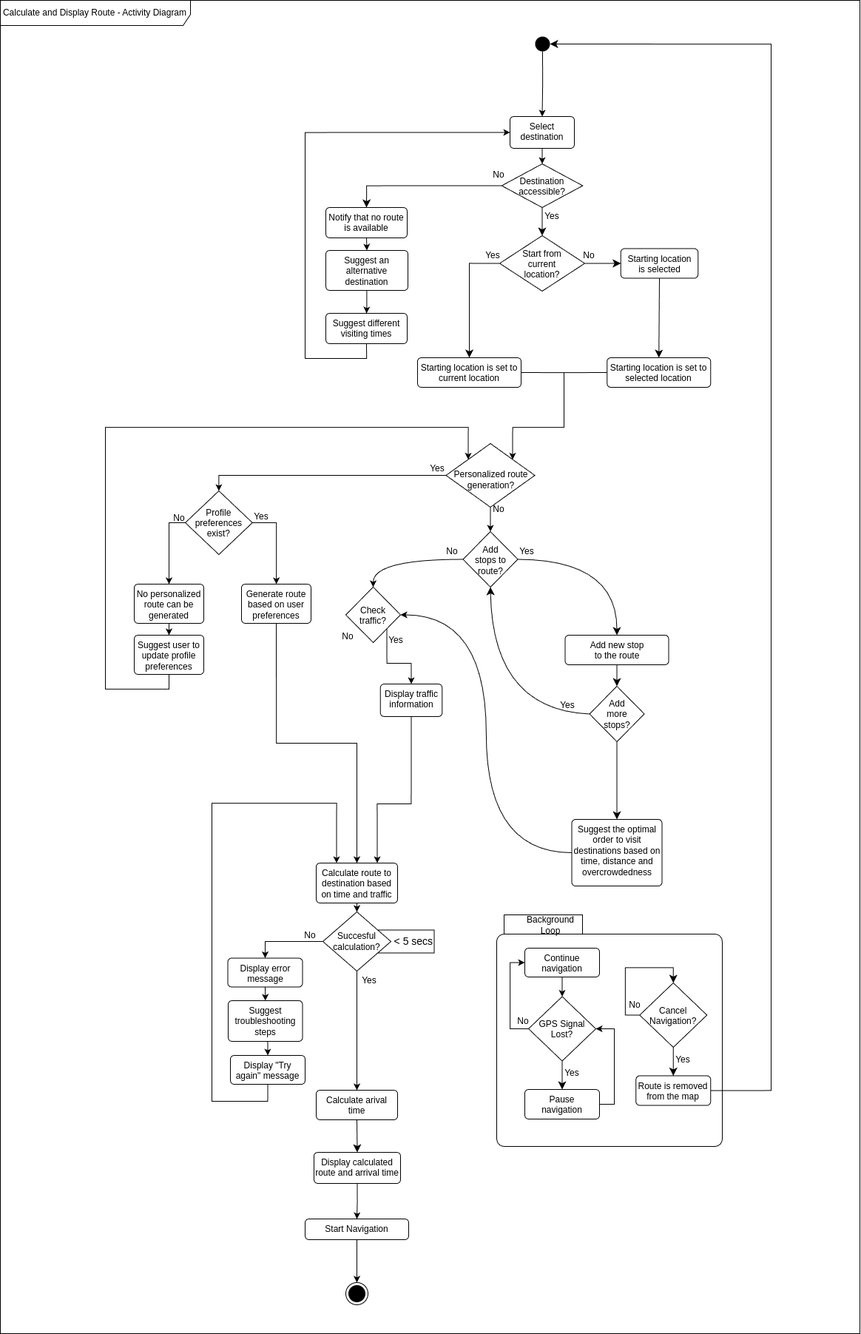
gsklaven/MusePath keeps this draw.io diagram as images/Activity Diagrams/Calculate-and-Display-Route.drawio.png. Above is the earlier version. Source tidied: cells renumbered, new cells last; positions are measured from the earlier drawing's top-left corner, leaving out a move shared by most shapes.
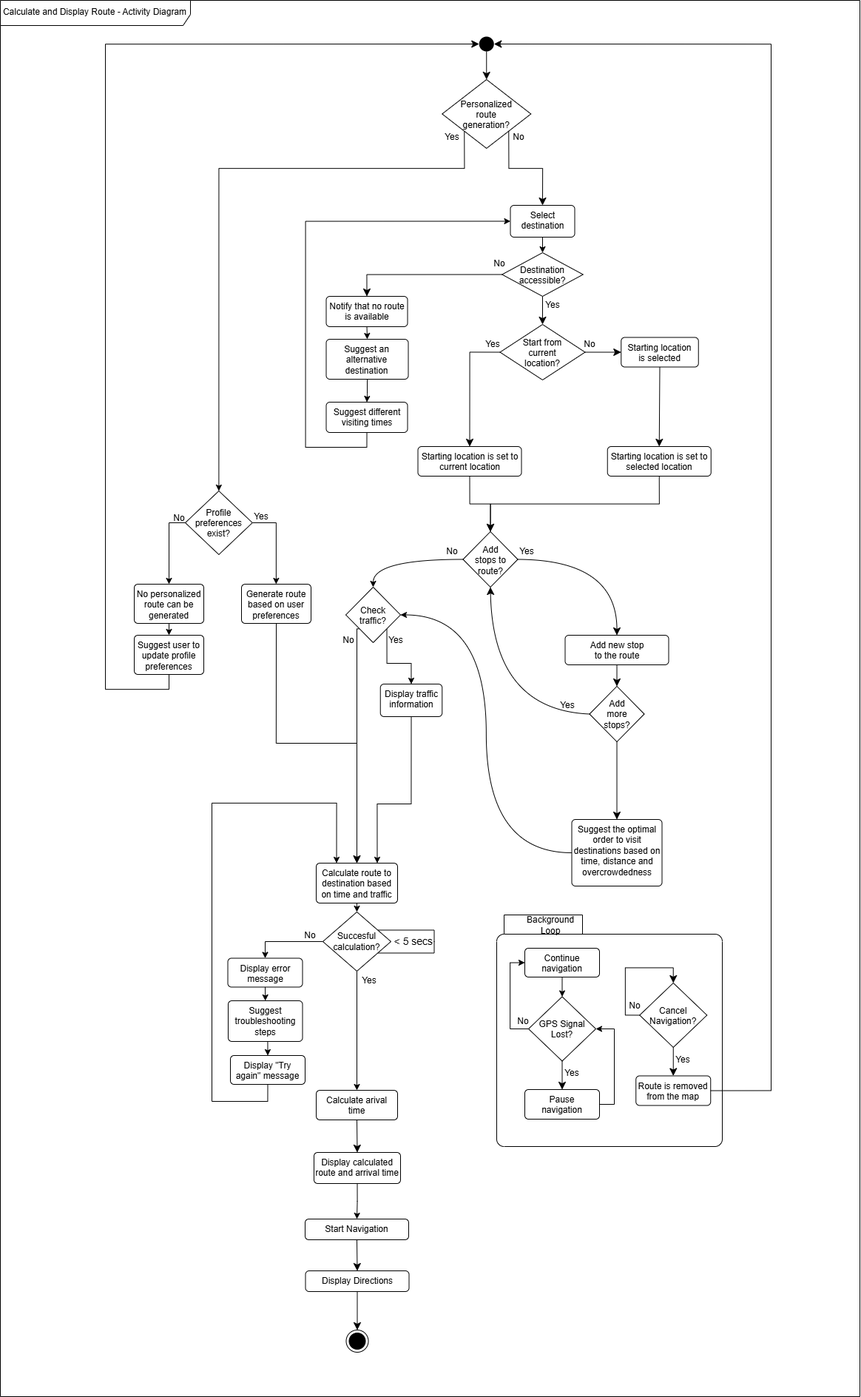
Above is the later version.

Commit message:
update calculate and display route diagram

The edit, as a diff of the source:
```diff
@@ -3,23 +3,23 @@
     <mxCell id="0" />
     <mxCell id="1" parent="0" />
     <mxCell id="2" value="Calculate and Display Route - Activity Diagram" style="shape=umlFrame;whiteSpace=wrap;html=1;width=257;height=34;" parent="1" vertex="1">
-      <mxGeometry width="1162" height="1802" as="geometry" />
+      <mxGeometry width="1162" height="1887" as="geometry" />
     </mxCell>
-    <mxCell id="3" style="edgeStyle=orthogonalEdgeStyle;rounded=0;jettySize=auto;html=1;exitX=0.5;exitY=1;exitDx=0;exitDy=0;entryX=0.5;entryY=0;entryDx=0;entryDy=0;" parent="2" edge="1" source="4" target="6">
-      <mxGeometry relative="1" as="geometry" />
-    </mxCell>
+    <mxCell id="105" style="edgeStyle=none;curved=1;rounded=0;jettySize=auto;html=1;exitX=0.5;exitY=1;exitDx=0;exitDy=0;entryX=0.5;entryY=0;entryDx=0;entryDy=0;fontSize=12;startSize=8;endSize=8;" parent="2" edge="1" source="4" target="51">
+      <mxGeometry relative="1" as="geometry" />
+    </mxCell>
     <mxCell id="4" style="ellipse;fillColor=#000000;strokeColor=none;" parent="2" vertex="1">
-      <mxGeometry x="723" y="49" width="20" height="20" as="geometry" />
+      <mxGeometry x="647.2" y="49" width="20" height="20" as="geometry" />
     </mxCell>
     <mxCell id="5" style="edgeStyle=orthogonalEdgeStyle;rounded=0;jettySize=auto;html=1;exitX=0.5;exitY=1;exitDx=0;exitDy=0;entryX=0.5;entryY=0;entryDx=0;entryDy=0;" parent="2" edge="1" source="6" target="42">
       <mxGeometry relative="1" as="geometry" />
     </mxCell>
     <mxCell id="6" value="Select&lt;div&gt;destination&lt;/div&gt;" style="html=1;align=center;verticalAlign=top;rounded=1;absoluteArcSize=1;arcSize=10;dashed=0;whiteSpace=wrap;" parent="2" vertex="1">
-      <mxGeometry x="689" y="157" width="87" height="43" as="geometry" />
+      <mxGeometry x="689.5" y="277" width="87" height="43" as="geometry" />
     </mxCell>
-    <mxCell id="7" style="edgeStyle=orthogonalEdgeStyle;rounded=0;jettySize=auto;html=1;exitX=0.5;exitY=1;exitDx=0;exitDy=0;entryX=0.5;entryY=0;entryDx=0;entryDy=0;" parent="2" edge="1" source="8" target="88">
-      <mxGeometry relative="1" as="geometry" />
-    </mxCell>
+    <mxCell id="106" style="edgeStyle=none;curved=1;rounded=0;jettySize=auto;html=1;exitX=0.5;exitY=1;exitDx=0;exitDy=0;entryX=0.5;entryY=0;entryDx=0;entryDy=0;fontSize=12;startSize=8;endSize=8;" parent="2" edge="1" source="8" target="113">
+      <mxGeometry relative="1" as="geometry" />
+    </mxCell>
     <mxCell id="8" value="Start Navigation" style="html=1;align=center;verticalAlign=top;rounded=1;absoluteArcSize=1;arcSize=10;dashed=0;whiteSpace=wrap;" parent="2" vertex="1">
       <mxGeometry x="412" y="1647" width="140" height="28" as="geometry" />
     </mxCell>
@@ -74,43 +74,31 @@
       <mxGeometry relative="1" as="geometry" />
     </mxCell>
     <mxCell id="23" value="Start from&#10;current&#10;location?" style="rhombus;" parent="2" vertex="1">
-      <mxGeometry x="675" y="318" width="115" height="75" as="geometry" />
+      <mxGeometry x="675.5" y="438" width="115" height="75" as="geometry" />
     </mxCell>
-    <mxCell id="24" style="edgeStyle=orthogonalEdgeStyle;rounded=0;jettySize=auto;html=1;exitX=1;exitY=0.5;exitDx=0;exitDy=0;entryX=1;entryY=0;entryDx=0;entryDy=0;" parent="2" edge="1" source="25" target="51">
-      <mxGeometry relative="1" as="geometry">
-        <Array as="points">
-          <mxPoint x="762" y="503" />
-          <mxPoint x="762" y="577" />
-          <mxPoint x="693" y="577" />
-        </Array>
-      </mxGeometry>
-    </mxCell>
+    <mxCell id="107" style="edgeStyle=orthogonalEdgeStyle;rounded=0;jettySize=auto;html=1;exitX=0.5;exitY=1;exitDx=0;exitDy=0;entryX=0.5;entryY=0;entryDx=0;entryDy=0;fontSize=12;startSize=8;endSize=8;" parent="2" edge="1" source="25" target="11">
+      <mxGeometry relative="1" as="geometry" />
+    </mxCell>
     <mxCell id="25" value="Starting location is set to current location" style="html=1;align=center;verticalAlign=top;rounded=1;absoluteArcSize=1;arcSize=10;dashed=0;whiteSpace=wrap;" parent="2" vertex="1">
-      <mxGeometry x="564" y="483" width="140" height="40" as="geometry" />
+      <mxGeometry x="564.5" y="603" width="140" height="40" as="geometry" />
     </mxCell>
     <mxCell id="26" style="edgeStyle=orthogonalEdgeStyle;rounded=0;jettySize=auto;html=1;exitX=0;exitY=0.5;exitDx=0;exitDy=0;entryX=0.5;entryY=0;entryDx=0;entryDy=0;fontSize=12;startSize=8;endSize=8;" parent="2" edge="1" source="23" target="25">
       <mxGeometry relative="1" as="geometry" />
     </mxCell>
-    <mxCell id="27" style="edgeStyle=orthogonalEdgeStyle;rounded=0;jettySize=auto;html=1;exitX=0;exitY=0.5;exitDx=0;exitDy=0;entryX=1;entryY=0;entryDx=0;entryDy=0;" parent="2" edge="1" source="28" target="51">
-      <mxGeometry relative="1" as="geometry">
-        <Array as="points">
-          <mxPoint x="762" y="503" />
-          <mxPoint x="762" y="577" />
-          <mxPoint x="693" y="577" />
-        </Array>
-      </mxGeometry>
-    </mxCell>
+    <mxCell id="108" style="edgeStyle=orthogonalEdgeStyle;rounded=0;jettySize=auto;html=1;exitX=0.5;exitY=1;exitDx=0;exitDy=0;entryX=0.5;entryY=0;entryDx=0;entryDy=0;fontSize=12;startSize=8;endSize=8;" parent="2" edge="1" source="28" target="11">
+      <mxGeometry relative="1" as="geometry" />
+    </mxCell>
     <mxCell id="28" value="Starting location is set to&lt;div&gt;selected location&lt;/div&gt;" style="html=1;align=center;verticalAlign=top;rounded=1;absoluteArcSize=1;arcSize=10;dashed=0;whiteSpace=wrap;" parent="2" vertex="1">
-      <mxGeometry x="820.2" y="483" width="140" height="40" as="geometry" />
+      <mxGeometry x="820.8" y="603" width="140" height="40" as="geometry" />
     </mxCell>
     <mxCell id="29" value="Starting location&lt;div&gt;is selected&lt;/div&gt;" style="html=1;align=center;verticalAlign=top;rounded=1;absoluteArcSize=1;arcSize=10;dashed=0;whiteSpace=wrap;" parent="2" vertex="1">
-      <mxGeometry x="838.8" y="335.5" width="104.5" height="40" as="geometry" />
+      <mxGeometry x="839.2" y="455.5" width="104.5" height="40" as="geometry" />
     </mxCell>
     <mxCell id="30" value="Yes" style="text;html=1;align=center;verticalAlign=middle;whiteSpace=wrap;rounded=0;" parent="2" vertex="1">
-      <mxGeometry x="635.5" y="330" width="60" height="30" as="geometry" />
+      <mxGeometry x="636" y="450" width="60" height="30" as="geometry" />
     </mxCell>
     <mxCell id="31" value="No" style="text;html=1;align=center;verticalAlign=middle;whiteSpace=wrap;rounded=0;" parent="2" vertex="1">
-      <mxGeometry x="766" y="330" width="60" height="30" as="geometry" />
+      <mxGeometry x="766.5" y="450" width="60" height="30" as="geometry" />
     </mxCell>
     <mxCell id="32" style="edgeStyle=none;curved=1;rounded=0;jettySize=auto;html=1;exitX=0.5;exitY=1;exitDx=0;exitDy=0;fontSize=12;startSize=8;endSize=8;entryX=0.5;entryY=0;entryDx=0;entryDy=0;" parent="2" edge="1" source="29" target="28">
       <mxGeometry relative="1" as="geometry" />
@@ -122,34 +110,34 @@
       <mxGeometry relative="1" as="geometry" />
     </mxCell>
     <mxCell id="35" value="Notify that no route is available" style="html=1;align=center;verticalAlign=top;rounded=1;absoluteArcSize=1;arcSize=10;dashed=0;whiteSpace=wrap;" parent="2" vertex="1">
-      <mxGeometry x="440" y="280" width="110" height="41" as="geometry" />
+      <mxGeometry x="440.5" y="400" width="110" height="41" as="geometry" />
     </mxCell>
     <mxCell id="36" style="edgeStyle=orthogonalEdgeStyle;rounded=0;jettySize=auto;html=1;entryX=0.5;entryY=0;entryDx=0;entryDy=0;" parent="2" edge="1" source="37" target="39">
       <mxGeometry relative="1" as="geometry" />
     </mxCell>
     <mxCell id="37" value="Suggest an alternative destination" style="html=1;align=center;verticalAlign=top;rounded=1;absoluteArcSize=1;arcSize=10;dashed=0;whiteSpace=wrap;" parent="2" vertex="1">
-      <mxGeometry x="440" y="338" width="111" height="54" as="geometry" />
+      <mxGeometry x="440.5" y="458" width="111" height="54" as="geometry" />
     </mxCell>
     <mxCell id="38" style="edgeStyle=orthogonalEdgeStyle;rounded=0;jettySize=auto;html=1;exitX=0.5;exitY=1;exitDx=0;exitDy=0;entryX=0;entryY=0.5;entryDx=0;entryDy=0;" parent="2" edge="1" source="39" target="6">
       <mxGeometry relative="1" as="geometry">
         <Array as="points">
-          <mxPoint x="495" y="484" />
-          <mxPoint x="412" y="484" />
-          <mxPoint x="412" y="179" />
+          <mxPoint x="495.5" y="604" />
+          <mxPoint x="412.5" y="604" />
+          <mxPoint x="412.5" y="299" />
         </Array>
       </mxGeometry>
     </mxCell>
     <mxCell id="39" value="Suggest different visiting times" style="html=1;align=center;verticalAlign=top;rounded=1;absoluteArcSize=1;arcSize=10;dashed=0;whiteSpace=wrap;" parent="2" vertex="1">
-      <mxGeometry x="440" y="423" width="110" height="41" as="geometry" />
+      <mxGeometry x="440.5" y="543" width="110" height="41" as="geometry" />
     </mxCell>
     <mxCell id="40" value="Yes" style="text;html=1;align=center;verticalAlign=middle;whiteSpace=wrap;rounded=0;" parent="2" vertex="1">
-      <mxGeometry x="716" y="277" width="60" height="30" as="geometry" />
+      <mxGeometry x="716.5" y="397" width="60" height="30" as="geometry" />
     </mxCell>
     <mxCell id="41" value="No" style="text;html=1;align=center;verticalAlign=middle;whiteSpace=wrap;rounded=0;" parent="2" vertex="1">
-      <mxGeometry x="644" y="221" width="60" height="30" as="geometry" />
+      <mxGeometry x="644.5" y="341" width="60" height="30" as="geometry" />
     </mxCell>
     <mxCell id="42" value="Destination&#10;accessible?" style="rhombus;" parent="2" vertex="1">
-      <mxGeometry x="677.8" y="221" width="109.5" height="59" as="geometry" />
+      <mxGeometry x="678.2" y="341" width="109.5" height="59" as="geometry" />
     </mxCell>
     <mxCell id="43" style="edgeStyle=orthogonalEdgeStyle;rounded=0;jettySize=auto;html=1;exitX=0;exitY=0.5;exitDx=0;exitDy=0;entryX=0.5;entryY=0;entryDx=0;entryDy=0;fontSize=12;startSize=8;endSize=8;" parent="2" edge="1" source="42" target="35">
       <mxGeometry relative="1" as="geometry" />
@@ -160,27 +148,41 @@
     <mxCell id="45" style="edgeStyle=orthogonalEdgeStyle;rounded=0;jettySize=auto;html=1;exitX=1;exitY=1;exitDx=0;exitDy=0;entryX=0.5;entryY=0;entryDx=0;entryDy=0;" parent="2" edge="1" source="46" target="44">
       <mxGeometry relative="1" as="geometry" />
     </mxCell>
+    <mxCell id="109" style="edgeStyle=orthogonalEdgeStyle;rounded=0;jettySize=auto;html=1;exitX=0;exitY=1;exitDx=0;exitDy=0;entryX=0.5;entryY=0;entryDx=0;entryDy=0;fontSize=12;startSize=8;endSize=8;" parent="2" edge="1" source="46" target="56">
+      <mxGeometry relative="1" as="geometry">
+        <Array as="points">
+          <mxPoint x="482" y="849" />
+        </Array>
+      </mxGeometry>
+    </mxCell>
     <mxCell id="46" value="Check&#10;traffic?" style="rhombus;" parent="2" vertex="1">
       <mxGeometry x="467" y="793" width="74" height="75" as="geometry" />
     </mxCell>
     <mxCell id="47" value="No" style="text;html=1;align=center;verticalAlign=middle;whiteSpace=wrap;rounded=0;" parent="2" vertex="1">
-      <mxGeometry x="440" y="845" width="60" height="30" as="geometry" />
+      <mxGeometry x="440.5" y="850" width="60" height="30" as="geometry" />
     </mxCell>
     <mxCell id="48" value="Yes" style="text;html=1;align=center;verticalAlign=middle;whiteSpace=wrap;rounded=0;" parent="2" vertex="1">
       <mxGeometry x="505" y="850" width="60" height="30" as="geometry" />
     </mxCell>
-    <mxCell id="49" style="edgeStyle=orthogonalEdgeStyle;rounded=0;jettySize=auto;html=1;exitX=0.5;exitY=1;exitDx=0;exitDy=0;entryX=0.5;entryY=0;entryDx=0;entryDy=0;" parent="2" edge="1" source="51" target="11">
-      <mxGeometry relative="1" as="geometry" />
-    </mxCell>
-    <mxCell id="50" style="edgeStyle=orthogonalEdgeStyle;rounded=0;jettySize=auto;html=1;exitX=0;exitY=0.5;exitDx=0;exitDy=0;entryX=0.5;entryY=0;entryDx=0;entryDy=0;" parent="2" edge="1" source="51" target="92">
-      <mxGeometry relative="1" as="geometry" />
+    <mxCell id="50" style="edgeStyle=orthogonalEdgeStyle;rounded=0;jettySize=auto;html=1;exitX=0;exitY=1;exitDx=0;exitDy=0;entryX=0.5;entryY=0;entryDx=0;entryDy=0;" parent="2" edge="1" source="51" target="92">
+      <mxGeometry relative="1" as="geometry">
+        <Array as="points">
+          <mxPoint x="627" y="227" />
+          <mxPoint x="295" y="227" />
+        </Array>
+      </mxGeometry>
     </mxCell>
+    <mxCell id="110" style="edgeStyle=orthogonalEdgeStyle;rounded=0;jettySize=auto;html=1;exitX=1;exitY=1;exitDx=0;exitDy=0;entryX=0.5;entryY=0;entryDx=0;entryDy=0;fontSize=12;startSize=8;endSize=8;" parent="2" edge="1" source="51" target="6">
+      <mxGeometry relative="1" as="geometry">
+        <Array as="points">
+          <mxPoint x="687" y="227" />
+          <mxPoint x="733" y="227" />
+        </Array>
+      </mxGeometry>
+    </mxCell>
-    <mxCell id="51" style="rhombus;" parent="2" vertex="1">
-      <mxGeometry x="602.5" y="599" width="120" height="86" as="geometry" />
+    <mxCell id="51" value="Personalized&#10;route&#10;generation?" style="rhombus;" parent="2" vertex="1">
+      <mxGeometry x="597.2" y="107" width="120" height="93" as="geometry" />
     </mxCell>
-    <mxCell id="52" value="Personalized route&lt;div&gt;generation?&lt;/div&gt;" style="text;html=1;align=center;verticalAlign=middle;strokeColor=none;fillColor=none;" parent="2" vertex="1">
-      <mxGeometry x="603.5" y="627" width="118" height="41" as="geometry" />
-    </mxCell>
     <mxCell id="53" value="Background Loop" style="shape=folder;align=center;verticalAlign=middle;fontStyle=0;tabWidth=116;tabHeight=26;tabPosition=left;html=1;boundedLbl=1;labelInHeader=1;rounded=1;absoluteArcSize=1;arcSize=10;whiteSpace=wrap;" parent="2" vertex="1">
       <mxGeometry x="671" y="1236" width="305" height="313" as="geometry" />
     </mxCell>
@@ -300,11 +302,8 @@
       <mxGeometry x="311" y="1426" width="101" height="39" as="geometry" />
     </mxCell>
     <mxCell id="88" style="ellipse;html=1;shape=endState;fillColor=strokeColor;" parent="2" vertex="1">
-      <mxGeometry x="467" y="1733" width="30" height="30" as="geometry" />
+      <mxGeometry x="467.5" y="1797" width="30" height="30" as="geometry" />
     </mxCell>
-    <mxCell id="89" value="No" style="text;html=1;align=center;verticalAlign=middle;whiteSpace=wrap;rounded=0;" parent="2" vertex="1">
-      <mxGeometry x="644" y="673" width="60" height="30" as="geometry" />
-    </mxCell>
     <mxCell id="90" style="edgeStyle=orthogonalEdgeStyle;rounded=0;jettySize=auto;html=1;exitX=1;exitY=0.5;exitDx=0;exitDy=0;" parent="2" edge="1" source="92" target="94">
       <mxGeometry relative="1" as="geometry" />
     </mxCell>
@@ -321,7 +320,7 @@
       <mxGeometry x="326" y="789" width="94" height="53" as="geometry" />
     </mxCell>
     <mxCell id="95" value="Yes" style="text;html=1;align=center;verticalAlign=middle;whiteSpace=wrap;rounded=0;" parent="2" vertex="1">
-      <mxGeometry x="561" y="618" width="60" height="30" as="geometry" />
+      <mxGeometry x="581" y="170" width="60" height="30" as="geometry" />
     </mxCell>
     <mxCell id="96" value="Yes" style="text;html=1;align=center;verticalAlign=middle;whiteSpace=wrap;rounded=0;" parent="2" vertex="1">
       <mxGeometry x="323" y="683" width="60" height="30" as="geometry" />
@@ -340,16 +339,15 @@
     <mxCell id="99" value="No personalized&lt;div&gt;route can be&lt;/div&gt;&lt;div&gt;generated&lt;/div&gt;" style="html=1;align=center;verticalAlign=top;rounded=1;absoluteArcSize=1;arcSize=10;dashed=0;whiteSpace=wrap;" parent="2" vertex="1">
       <mxGeometry x="181" y="789" width="94" height="53" as="geometry" />
     </mxCell>
-    <mxCell id="100" style="edgeStyle=orthogonalEdgeStyle;rounded=0;jettySize=auto;html=1;exitX=0.5;exitY=1;exitDx=0;exitDy=0;entryX=0;entryY=0;entryDx=0;entryDy=0;" parent="2" edge="1" source="101" target="51">
-      <mxGeometry relative="1" as="geometry">
-        <Array as="points">
-          <mxPoint x="228" y="931" />
-          <mxPoint x="142" y="931" />
-          <mxPoint x="142" y="577" />
-          <mxPoint x="632" y="577" />
-        </Array>
-      </mxGeometry>
-    </mxCell>
+    <mxCell id="111" style="edgeStyle=orthogonalEdgeStyle;rounded=0;jettySize=auto;html=1;exitX=0.5;exitY=1;exitDx=0;exitDy=0;entryX=0;entryY=0.5;entryDx=0;entryDy=0;fontSize=12;startSize=8;endSize=8;" parent="2" edge="1" source="101" target="4">
+      <mxGeometry relative="1" as="geometry">
+        <Array as="points">
+          <mxPoint x="228" y="931" />
+          <mxPoint x="142" y="931" />
+          <mxPoint x="142" y="59" />
+        </Array>
+      </mxGeometry>
+    </mxCell>
     <mxCell id="101" value="Suggest user to update profile&lt;div&gt;&lt;span style=&quot;text-wrap-mode: nowrap;&quot;&gt;preferences&lt;/span&gt;&lt;/div&gt;" style="html=1;align=center;verticalAlign=top;rounded=1;absoluteArcSize=1;arcSize=10;dashed=0;whiteSpace=wrap;" parent="2" vertex="1">
       <mxGeometry x="181" y="858" width="94" height="53" as="geometry" />
     </mxCell>
@@ -367,5 +365,14 @@
         </Array>
       </mxGeometry>
     </mxCell>
+    <mxCell id="112" style="edgeStyle=none;curved=1;rounded=0;jettySize=auto;html=1;exitX=0.5;exitY=1;exitDx=0;exitDy=0;entryX=0.5;entryY=0;entryDx=0;entryDy=0;fontSize=12;startSize=8;endSize=8;" parent="2" edge="1" source="113" target="88">
+      <mxGeometry relative="1" as="geometry" />
+    </mxCell>
+    <mxCell id="113" value="Display Directions&lt;div&gt;&lt;br&gt;&lt;/div&gt;" style="html=1;align=center;verticalAlign=top;rounded=1;absoluteArcSize=1;arcSize=10;dashed=0;whiteSpace=wrap;" parent="2" vertex="1">
+      <mxGeometry x="412.5" y="1717" width="140" height="28" as="geometry" />
+    </mxCell>
+    <mxCell id="89" value="No" style="text;html=1;align=center;verticalAlign=middle;whiteSpace=wrap;rounded=0;" parent="2" vertex="1">
+      <mxGeometry x="671" y="170" width="60" height="30" as="geometry" />
+    </mxCell>
   </root>
 </mxGraphModel>
```
